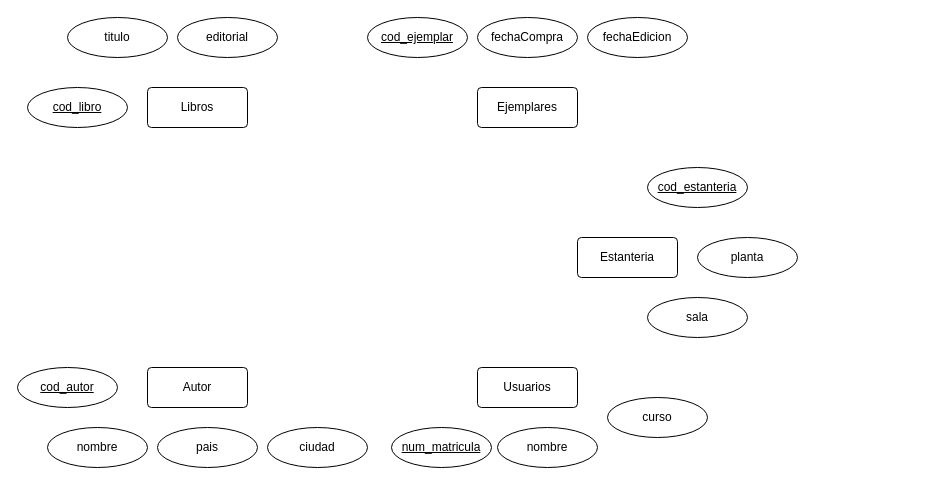
The draw.io diagram Biblioteca.drawio in Mokius02/basesdedatos, before the edit. Source tidied: cells renumbered, new cells numbered last; positions are measured from the earlier drawing's top-left corner, leaving out a move shared by most shapes. Both pictures are drawn from the tidied source at 100%, with x=0, y=0 at pixel (17, 17).
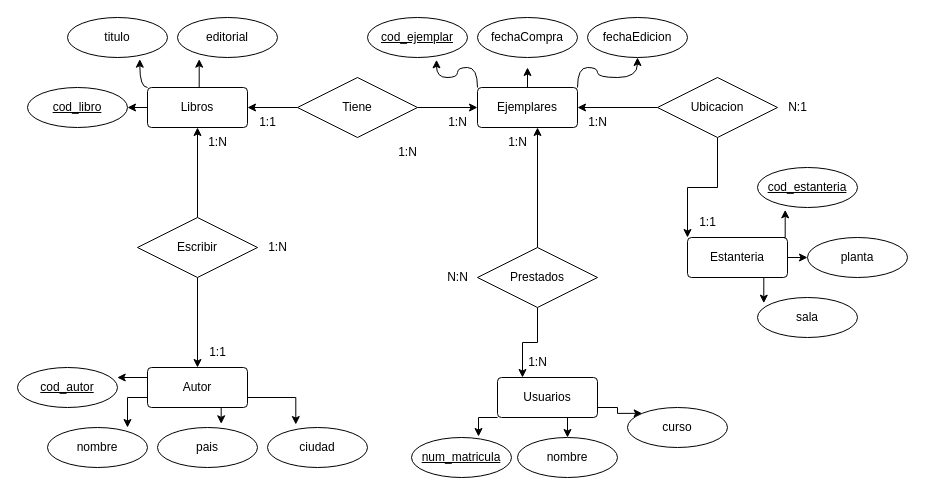
Above is the later version.

Unchanged cells that the change refers to:
```xml
<mxCell id="3" value="Ejemplares" style="rounded=1;arcSize=10;whiteSpace=wrap;html=1;align=center;" parent="1" vertex="1">
  <mxGeometry x="460" y="70" width="100" height="40" as="geometry" />
</mxCell>
<mxCell id="6" value="Autor" style="rounded=1;arcSize=10;whiteSpace=wrap;html=1;align=center;" parent="1" vertex="1">
  <mxGeometry x="130" y="350" width="100" height="40" as="geometry" />
</mxCell>
<mxCell id="7" value="titulo" style="ellipse;whiteSpace=wrap;html=1;align=center;" parent="1" vertex="1">
  <mxGeometry x="50" width="100" height="40" as="geometry" />
</mxCell>
<mxCell id="8" value="editorial" style="ellipse;whiteSpace=wrap;html=1;align=center;" parent="1" vertex="1">
  <mxGeometry x="160" width="100" height="40" as="geometry" />
</mxCell>
<mxCell id="9" value="cod_libro" style="ellipse;whiteSpace=wrap;html=1;align=center;fontStyle=4;" parent="1" vertex="1">
  <mxGeometry x="10" y="70" width="100" height="40" as="geometry" />
</mxCell>
<mxCell id="13" value="cod_autor" style="ellipse;whiteSpace=wrap;html=1;align=center;fontStyle=4;" parent="1" vertex="1">
  <mxGeometry y="350" width="100" height="40" as="geometry" />
</mxCell>
<mxCell id="14" value="nombre" style="ellipse;whiteSpace=wrap;html=1;align=center;" parent="1" vertex="1">
  <mxGeometry x="30" y="410" width="100" height="40" as="geometry" />
</mxCell>
<mxCell id="15" value="pais" style="ellipse;whiteSpace=wrap;html=1;align=center;" parent="1" vertex="1">
  <mxGeometry x="140" y="410" width="100" height="40" as="geometry" />
</mxCell>
<mxCell id="16" value="ciudad" style="ellipse;whiteSpace=wrap;html=1;align=center;" parent="1" vertex="1">
  <mxGeometry x="250" y="410" width="100" height="40" as="geometry" />
</mxCell>
<mxCell id="20" value="cod_ejemplar" style="ellipse;whiteSpace=wrap;html=1;align=center;fontStyle=4;" parent="1" vertex="1">
  <mxGeometry x="350" width="100" height="40" as="geometry" />
</mxCell>
<mxCell id="22" value="fechaEdicion" style="ellipse;whiteSpace=wrap;html=1;align=center;" parent="1" vertex="1">
  <mxGeometry x="570" width="100" height="40" as="geometry" />
</mxCell>
```

Change to the diagram source:
```diff
@@
+    <mxCell id="23" style="edgeStyle=orthogonalEdgeStyle;rounded=0;jettySize=auto;html=1;exitX=0;exitY=0.5;exitDx=0;exitDy=0;entryX=1;entryY=0.5;entryDx=0;entryDy=0;strokeColor=default;" parent="1" edge="1" source="2" target="9">
+      <mxGeometry relative="1" as="geometry" />
+    </mxCell>
-    <mxCell id="2" value="Libros" style="rounded=1;arcSize=10;whiteSpace=wrap;html=1;align=center;" parent="1" vertex="1">
+    <mxCell id="2" value="Libros" style="rounded=1;arcSize=10;whiteSpace=wrap;html=1;align=center;strokeColor=default;" parent="1" vertex="1">
       <mxGeometry x="130" y="70" width="100" height="40" as="geometry" />
     </mxCell>
+    <mxCell id="24" style="edgeStyle=orthogonalEdgeStyle;rounded=0;jettySize=auto;html=1;exitX=0.5;exitY=0;exitDx=0;exitDy=0;" parent="1" edge="1" source="3">
+      <mxGeometry relative="1" as="geometry">
+        <mxPoint x="510" y="50" as="targetPoint" />
+      </mxGeometry>
+    </mxCell>
+    <mxCell id="25" style="edgeStyle=orthogonalEdgeStyle;rounded=0;jettySize=auto;html=1;exitX=1;exitY=0;exitDx=0;exitDy=0;entryX=0.5;entryY=1;entryDx=0;entryDy=0;curved=1;" parent="1" edge="1" source="3" target="22">
+      <mxGeometry relative="1" as="geometry" />
+    </mxCell>
@@
+    <mxCell id="26" style="edgeStyle=orthogonalEdgeStyle;rounded=0;jettySize=auto;html=1;exitX=1;exitY=0.5;exitDx=0;exitDy=0;entryX=0;entryY=0.5;entryDx=0;entryDy=0;" parent="1" edge="1" source="4" target="11">
+      <mxGeometry relative="1" as="geometry" />
+    </mxCell>
     <mxCell id="4" value="Estanteria" style="rounded=1;arcSize=10;whiteSpace=wrap;html=1;align=center;" parent="1" vertex="1">
-      <mxGeometry x="560" y="220" width="100" height="40" as="geometry" />
+      <mxGeometry x="670" y="220" width="100" height="40" as="geometry" />
     </mxCell>
+    <mxCell id="27" style="edgeStyle=orthogonalEdgeStyle;rounded=0;jettySize=auto;html=1;exitX=1;exitY=0.75;exitDx=0;exitDy=0;entryX=0;entryY=0;entryDx=0;entryDy=0;" parent="1" edge="1" source="5" target="19">
+      <mxGeometry relative="1" as="geometry" />
+    </mxCell>
+    <mxCell id="28" style="edgeStyle=orthogonalEdgeStyle;rounded=0;jettySize=auto;html=1;exitX=0.75;exitY=1;exitDx=0;exitDy=0;entryX=0.5;entryY=0;entryDx=0;entryDy=0;" parent="1" edge="1" source="5" target="17">
+      <mxGeometry relative="1" as="geometry" />
+    </mxCell>
     <mxCell id="5" value="Usuarios" style="rounded=1;arcSize=10;whiteSpace=wrap;html=1;align=center;" parent="1" vertex="1">
-      <mxGeometry x="460" y="350" width="100" height="40" as="geometry" />
+      <mxGeometry x="480" y="360" width="100" height="40" as="geometry" />
     </mxCell>
@@
     <mxCell id="10" value="cod_estanteria" style="ellipse;whiteSpace=wrap;html=1;align=center;fontStyle=4;" parent="1" vertex="1">
-      <mxGeometry x="630" y="150" width="100" height="40" as="geometry" />
+      <mxGeometry x="740" y="150" width="100" height="40" as="geometry" />
     </mxCell>
     <mxCell id="11" value="planta" style="ellipse;whiteSpace=wrap;html=1;align=center;" parent="1" vertex="1">
-      <mxGeometry x="680" y="220" width="100" height="40" as="geometry" />
+      <mxGeometry x="790" y="220" width="100" height="40" as="geometry" />
     </mxCell>
     <mxCell id="12" value="sala" style="ellipse;whiteSpace=wrap;html=1;align=center;" parent="1" vertex="1">
-      <mxGeometry x="630" y="280" width="100" height="40" as="geometry" />
+      <mxGeometry x="740" y="280" width="100" height="40" as="geometry" />
     </mxCell>
@@
     <mxCell id="17" value="nombre" style="ellipse;whiteSpace=wrap;html=1;align=center;" parent="1" vertex="1">
-      <mxGeometry x="480" y="410" width="100" height="40" as="geometry" />
+      <mxGeometry x="500" y="420" width="100" height="40" as="geometry" />
     </mxCell>
     <mxCell id="18" value="num_matricula" style="ellipse;whiteSpace=wrap;html=1;align=center;fontStyle=4;" parent="1" vertex="1">
-      <mxGeometry x="374" y="410" width="100" height="40" as="geometry" />
+      <mxGeometry x="394" y="420" width="100" height="40" as="geometry" />
     </mxCell>
     <mxCell id="19" value="curso" style="ellipse;whiteSpace=wrap;html=1;align=center;" parent="1" vertex="1">
-      <mxGeometry x="590" y="380" width="100" height="40" as="geometry" />
+      <mxGeometry x="610" y="390" width="100" height="40" as="geometry" />
     </mxCell>
@@
+    <mxCell id="29" style="edgeStyle=orthogonalEdgeStyle;rounded=0;jettySize=auto;html=1;exitX=0;exitY=0;exitDx=0;exitDy=0;entryX=0.723;entryY=1.042;entryDx=0;entryDy=0;entryPerimeter=0;curved=1;strokeColor=default;" parent="1" edge="1" source="2" target="7">
+      <mxGeometry relative="1" as="geometry" />
+    </mxCell>
+    <mxCell id="30" style="edgeStyle=orthogonalEdgeStyle;rounded=0;jettySize=auto;html=1;exitX=0.5;exitY=0;exitDx=0;exitDy=0;entryX=0.217;entryY=1.042;entryDx=0;entryDy=0;entryPerimeter=0;" parent="1" edge="1" source="2" target="8">
+      <mxGeometry relative="1" as="geometry" />
+    </mxCell>
+    <mxCell id="31" style="edgeStyle=orthogonalEdgeStyle;rounded=0;jettySize=auto;html=1;exitX=0;exitY=0;exitDx=0;exitDy=0;entryX=0.69;entryY=1.058;entryDx=0;entryDy=0;entryPerimeter=0;curved=1;" parent="1" edge="1" source="3" target="20">
+      <mxGeometry relative="1" as="geometry" />
+    </mxCell>
+    <mxCell id="32" style="edgeStyle=orthogonalEdgeStyle;rounded=0;jettySize=auto;html=1;exitX=0.75;exitY=0;exitDx=0;exitDy=0;entryX=0.277;entryY=1.058;entryDx=0;entryDy=0;entryPerimeter=0;" parent="1" edge="1" source="4" target="10">
+      <mxGeometry relative="1" as="geometry" />
+    </mxCell>
+    <mxCell id="33" style="edgeStyle=orthogonalEdgeStyle;rounded=0;jettySize=auto;html=1;exitX=0.75;exitY=1;exitDx=0;exitDy=0;entryX=0.063;entryY=0.142;entryDx=0;entryDy=0;entryPerimeter=0;" parent="1" edge="1" source="4" target="12">
+      <mxGeometry relative="1" as="geometry" />
+    </mxCell>
+    <mxCell id="34" style="edgeStyle=orthogonalEdgeStyle;rounded=0;jettySize=auto;html=1;exitX=0;exitY=1;exitDx=0;exitDy=0;entryX=0.67;entryY=-0.025;entryDx=0;entryDy=0;entryPerimeter=0;" parent="1" edge="1" source="5" target="18">
+      <mxGeometry relative="1" as="geometry" />
+    </mxCell>
+    <mxCell id="35" style="edgeStyle=orthogonalEdgeStyle;rounded=0;jettySize=auto;html=1;exitX=1;exitY=0.75;exitDx=0;exitDy=0;entryX=0.283;entryY=-0.075;entryDx=0;entryDy=0;entryPerimeter=0;" parent="1" edge="1" source="6" target="16">
+      <mxGeometry relative="1" as="geometry" />
+    </mxCell>
+    <mxCell id="36" style="edgeStyle=orthogonalEdgeStyle;rounded=0;jettySize=auto;html=1;exitX=0.75;exitY=1;exitDx=0;exitDy=0;entryX=0.637;entryY=-0.092;entryDx=0;entryDy=0;entryPerimeter=0;" parent="1" edge="1" source="6" target="15">
+      <mxGeometry relative="1" as="geometry" />
+    </mxCell>
+    <mxCell id="37" style="edgeStyle=orthogonalEdgeStyle;rounded=0;jettySize=auto;html=1;exitX=0;exitY=0.75;exitDx=0;exitDy=0;entryX=0.8;entryY=0;entryDx=0;entryDy=0;entryPerimeter=0;" parent="1" edge="1" source="6" target="14">
+      <mxGeometry relative="1" as="geometry" />
+    </mxCell>
+    <mxCell id="38" style="edgeStyle=orthogonalEdgeStyle;rounded=0;jettySize=auto;html=1;exitX=0;exitY=0.25;exitDx=0;exitDy=0;entryX=0.997;entryY=0.258;entryDx=0;entryDy=0;entryPerimeter=0;" parent="1" edge="1" source="6" target="13">
+      <mxGeometry relative="1" as="geometry" />
+    </mxCell>
+    <mxCell id="39" style="edgeStyle=orthogonalEdgeStyle;rounded=0;jettySize=auto;html=1;exitX=0.5;exitY=0;exitDx=0;exitDy=0;entryX=0.5;entryY=1;entryDx=0;entryDy=0;" parent="1" edge="1" source="41" target="2">
+      <mxGeometry relative="1" as="geometry" />
+    </mxCell>
+    <mxCell id="40" style="edgeStyle=orthogonalEdgeStyle;rounded=0;jettySize=auto;html=1;exitX=0.5;exitY=1;exitDx=0;exitDy=0;entryX=0.5;entryY=0;entryDx=0;entryDy=0;" parent="1" edge="1" source="41" target="6">
+      <mxGeometry relative="1" as="geometry" />
+    </mxCell>
+    <mxCell id="41" value="Escribir" style="shape=rhombus;perimeter=rhombusPerimeter;whiteSpace=wrap;html=1;align=center;" parent="1" vertex="1">
+      <mxGeometry x="120" y="200" width="120" height="60" as="geometry" />
+    </mxCell>
+    <mxCell id="42" value="1:1" style="text;html=1;align=center;verticalAlign=middle;strokeColor=none;fillColor=none;" parent="1" vertex="1">
+      <mxGeometry x="180" y="320" width="40" height="30" as="geometry" />
+    </mxCell>
+    <mxCell id="43" value="1:N" style="text;html=1;align=center;verticalAlign=middle;strokeColor=none;fillColor=none;" parent="1" vertex="1">
+      <mxGeometry x="240" y="215" width="40" height="30" as="geometry" />
+    </mxCell>
+    <mxCell id="44" value="1:N" style="text;html=1;align=center;verticalAlign=middle;strokeColor=none;fillColor=none;" parent="1" vertex="1">
+      <mxGeometry x="180" y="110" width="40" height="30" as="geometry" />
+    </mxCell>
+    <mxCell id="45" style="edgeStyle=orthogonalEdgeStyle;rounded=0;jettySize=auto;html=1;exitX=0;exitY=0.5;exitDx=0;exitDy=0;entryX=1;entryY=0.5;entryDx=0;entryDy=0;" parent="1" edge="1" source="47" target="2">
+      <mxGeometry relative="1" as="geometry" />
+    </mxCell>
+    <mxCell id="46" style="edgeStyle=orthogonalEdgeStyle;rounded=0;jettySize=auto;html=1;exitX=1;exitY=0.5;exitDx=0;exitDy=0;entryX=0;entryY=0.5;entryDx=0;entryDy=0;" parent="1" edge="1" source="47" target="3">
+      <mxGeometry relative="1" as="geometry" />
+    </mxCell>
+    <mxCell id="47" value="Tiene" style="shape=rhombus;perimeter=rhombusPerimeter;whiteSpace=wrap;html=1;align=center;" parent="1" vertex="1">
+      <mxGeometry x="280" y="60" width="120" height="60" as="geometry" />
+    </mxCell>
+    <mxCell id="48" value="1:N" style="text;html=1;align=center;verticalAlign=middle;strokeColor=none;fillColor=none;" parent="1" vertex="1">
+      <mxGeometry x="420" y="90" width="40" height="30" as="geometry" />
+    </mxCell>
+    <mxCell id="49" value="1:N" style="text;html=1;align=center;verticalAlign=middle;strokeColor=none;fillColor=none;" parent="1" vertex="1">
+      <mxGeometry x="370" y="120" width="40" height="30" as="geometry" />
+    </mxCell>
+    <mxCell id="50" value="1:1" style="text;html=1;align=center;verticalAlign=middle;strokeColor=none;fillColor=none;" parent="1" vertex="1">
+      <mxGeometry x="230" y="90" width="40" height="30" as="geometry" />
+    </mxCell>
+    <mxCell id="51" style="edgeStyle=orthogonalEdgeStyle;rounded=0;jettySize=auto;html=1;exitX=0.5;exitY=1;exitDx=0;exitDy=0;entryX=0;entryY=0;entryDx=0;entryDy=0;" parent="1" edge="1" source="53" target="4">
+      <mxGeometry relative="1" as="geometry" />
+    </mxCell>
+    <mxCell id="52" style="edgeStyle=orthogonalEdgeStyle;rounded=0;jettySize=auto;html=1;exitX=0;exitY=0.5;exitDx=0;exitDy=0;entryX=1;entryY=0.5;entryDx=0;entryDy=0;" parent="1" edge="1" source="53" target="3">
+      <mxGeometry relative="1" as="geometry" />
+    </mxCell>
+    <mxCell id="53" value="Ubicacion" style="shape=rhombus;perimeter=rhombusPerimeter;whiteSpace=wrap;html=1;align=center;" parent="1" vertex="1">
+      <mxGeometry x="640" y="60" width="120" height="60" as="geometry" />
+    </mxCell>
+    <mxCell id="54" value="1:N" style="text;html=1;align=center;verticalAlign=middle;strokeColor=none;fillColor=none;" parent="1" vertex="1">
+      <mxGeometry x="560" y="90" width="40" height="30" as="geometry" />
+    </mxCell>
+    <mxCell id="55" value="N:1" style="text;html=1;align=center;verticalAlign=middle;strokeColor=none;fillColor=none;" parent="1" vertex="1">
+      <mxGeometry x="760" y="75" width="40" height="30" as="geometry" />
+    </mxCell>
+    <mxCell id="56" value="1:1" style="text;html=1;align=center;verticalAlign=middle;strokeColor=none;fillColor=none;" parent="1" vertex="1">
+      <mxGeometry x="670" y="190" width="40" height="30" as="geometry" />
+    </mxCell>
+    <mxCell id="57" style="edgeStyle=orthogonalEdgeStyle;rounded=0;jettySize=auto;html=1;exitX=0.5;exitY=0;exitDx=0;exitDy=0;" parent="1" edge="1" source="59">
+      <mxGeometry relative="1" as="geometry">
+        <mxPoint x="520" y="110" as="targetPoint" />
+      </mxGeometry>
+    </mxCell>
+    <mxCell id="58" style="edgeStyle=orthogonalEdgeStyle;rounded=0;jettySize=auto;html=1;exitX=0.5;exitY=1;exitDx=0;exitDy=0;entryX=0.25;entryY=0;entryDx=0;entryDy=0;" parent="1" edge="1" source="59" target="5">
+      <mxGeometry relative="1" as="geometry" />
+    </mxCell>
+    <mxCell id="59" value="Prestados" style="shape=rhombus;perimeter=rhombusPerimeter;whiteSpace=wrap;html=1;align=center;" parent="1" vertex="1">
+      <mxGeometry x="460" y="230" width="120" height="60" as="geometry" />
+    </mxCell>
+    <mxCell id="60" value="N:N" style="text;html=1;align=center;verticalAlign=middle;strokeColor=none;fillColor=none;" parent="1" vertex="1">
+      <mxGeometry x="420" y="245" width="40" height="30" as="geometry" />
+    </mxCell>
+    <mxCell id="61" value="1:N" style="text;html=1;align=center;verticalAlign=middle;strokeColor=none;fillColor=none;" parent="1" vertex="1">
+      <mxGeometry x="480" y="110" width="40" height="30" as="geometry" />
+    </mxCell>
+    <mxCell id="62" value="1:N" style="text;html=1;align=center;verticalAlign=middle;strokeColor=none;fillColor=none;" parent="1" vertex="1">
+      <mxGeometry x="500" y="330" width="40" height="30" as="geometry" />
+    </mxCell>
```
